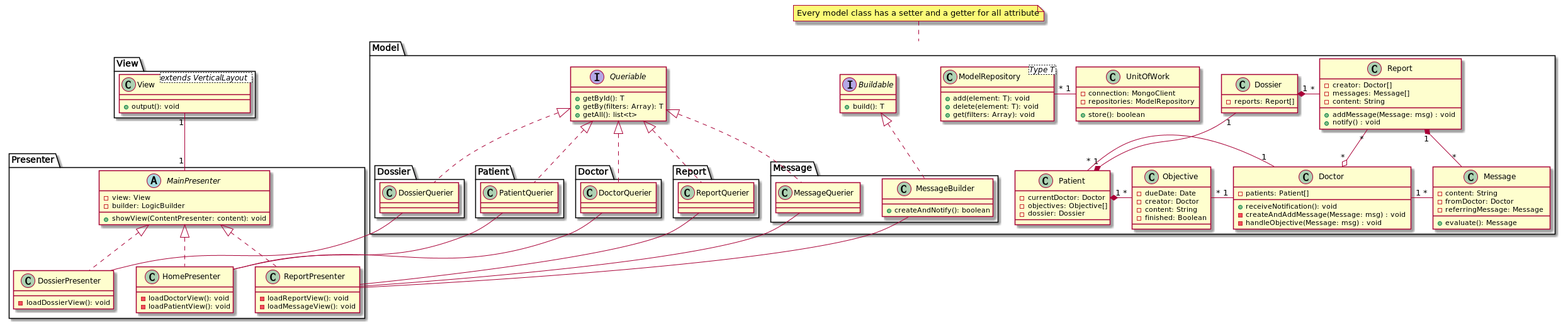
Before: doc/task5/classdiagram.png, a diagram exported from PlantUML (thetractor/ch.bfh.bti7081.s2019.orange).
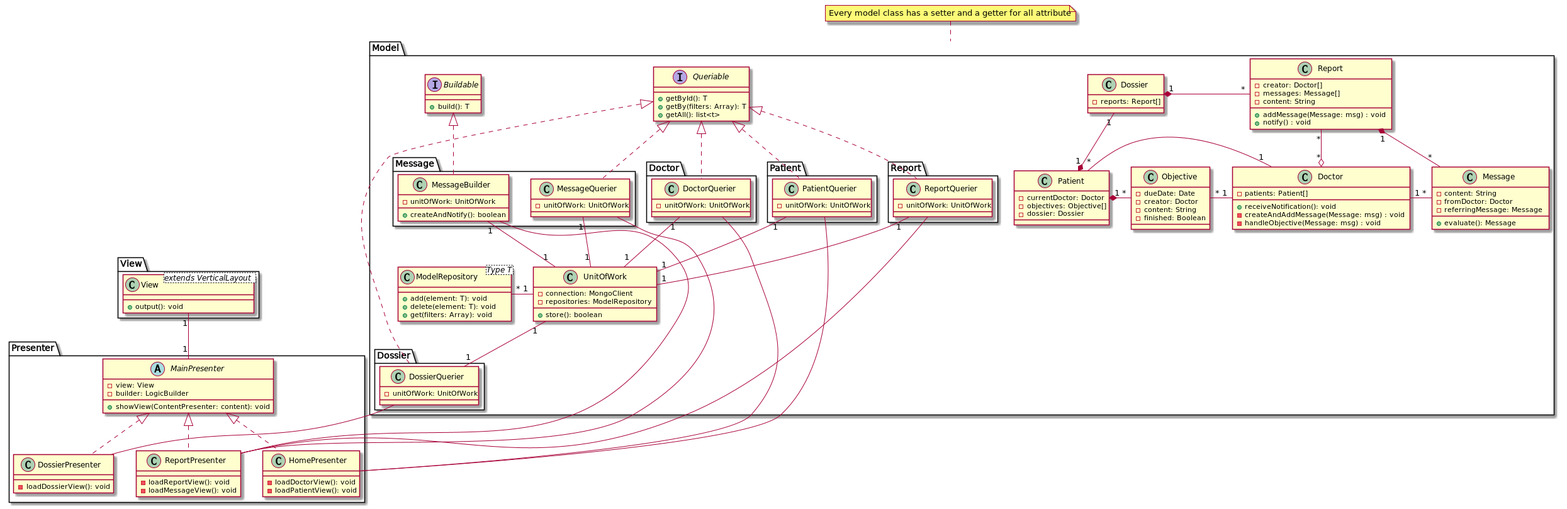
The same file after the commit.

Commit message:
fix: add missing realtions (task5)

What changed in the source:
```diff
@@ -35,27 +35,33 @@
     }
     package Message {
         class MessageBuilder implements Buildable {
+          - unitOfWork: UnitOfWork
         }
         class MessageQuerier implements Queriable {
+          - unitOfWork: UnitOfWork
         }
     }
 
     package Doctor {
         class DoctorQuerier implements Queriable {
+          - unitOfWork: UnitOfWork
         }
     }
 
     package Patient {
         class PatientQuerier implements Queriable {
+          - unitOfWork: UnitOfWork
         }
     }
 
     package Report {
         class ReportQuerier implements Queriable {
+          - unitOfWork: UnitOfWork
         }
     }
     package Dossier {
         class DossierQuerier implements Queriable {
+          - unitOfWork: UnitOfWork
         }
     }
     class Doctor{
@@ -135,6 +141,13 @@
 ReportPresenter -up- ReportQuerier
 DossierPresenter -up- DossierQuerier
 
+DossierQuerier "1" -up- "1" UnitOfWork
+DoctorQuerier "1" -- "1" UnitOfWork
+PatientQuerier "1" -- "1" UnitOfWork
+ReportQuerier "1" -- "1" UnitOfWork
+MessageQuerier "1" -- "1" UnitOfWork
+MessageBuilder "1" -- "1" UnitOfWork
+
 note top of Model: Every model class has a setter and a getter for all attribute
 
 @enduml
```
